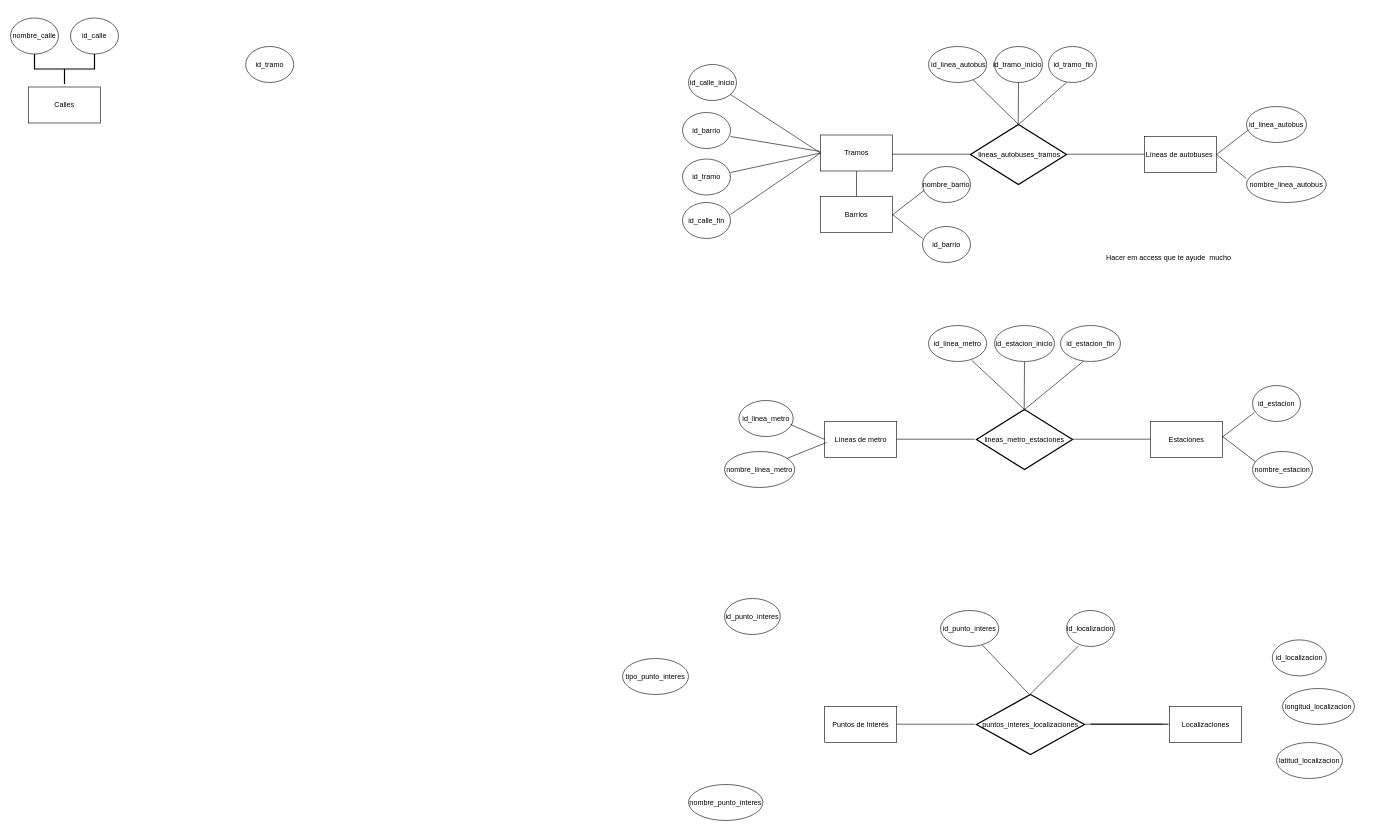
Before: Mis_archivos/Trabajo base de datos.drawio in Alexx231/python, a draw.io diagram. Source tidied: cells renumbered, new cells numbered last; positions are measured from the earlier drawing's top-left corner, leaving out a move shared by most shapes. Both pictures are drawn from the tidied source at 60%, with x=0, y=0 at pixel (10, 17).
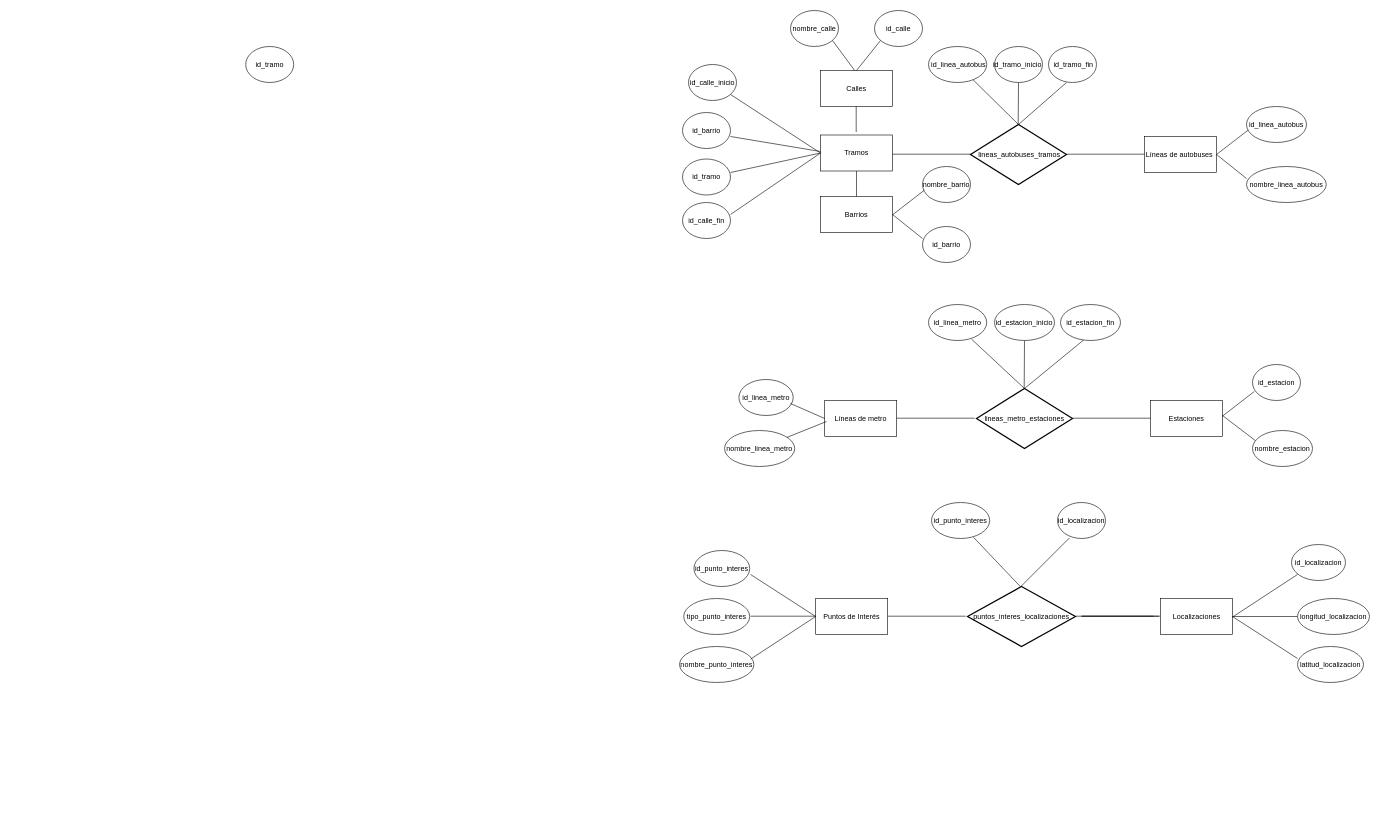
The same diagram, later.

Commit message:
Hito Base de datos diagrama de flujo.drawio

The edit, as a diff of the source:
```diff
@@
     <mxCell id="4" value="Calles" style="rounded=0;whiteSpace=wrap;html=1;" parent="1" vertex="1">
-      <mxGeometry x="30" y="115.5" width="120" height="60" as="geometry" />
+      <mxGeometry x="1350" y="88" width="120" height="60" as="geometry" />
     </mxCell>
     <mxCell id="5" value="Estaciones" style="rounded=0;whiteSpace=wrap;html=1;" parent="1" vertex="1">
-      <mxGeometry x="1900" y="673" width="120" height="60" as="geometry" />
+      <mxGeometry x="1900" y="638" width="120" height="60" as="geometry" />
     </mxCell>
     <mxCell id="6" value="Líneas de metro" style="rounded=0;whiteSpace=wrap;html=1;" parent="1" vertex="1">
-      <mxGeometry x="1357" y="673" width="120" height="60" as="geometry" />
+      <mxGeometry x="1357" y="638" width="120" height="60" as="geometry" />
     </mxCell>
     <mxCell id="7" value="Puntos de Interés" style="rounded=0;whiteSpace=wrap;html=1;" parent="1" vertex="1">
-      <mxGeometry x="1357" y="1148" width="120" height="60" as="geometry" />
+      <mxGeometry x="1342" y="968" width="120" height="60" as="geometry" />
     </mxCell>
@@
-    <mxCell id="9" style="strokeWidth=2;html=1;shape=mxgraph.flowchart.annotation_2;align=left;labelPosition=right;rotation=-90;" parent="1" vertex="1">
-      <mxGeometry x="65" y="35.5" width="50" height="100" as="geometry" />
-    </mxCell>
@@
     <mxCell id="11" value="lineas_metro_estaciones" style="strokeWidth=2;html=1;shape=mxgraph.flowchart.decision;whiteSpace=wrap;" parent="1" vertex="1">
-      <mxGeometry x="1610" y="653" width="160" height="100" as="geometry" />
+      <mxGeometry x="1610" y="618" width="160" height="100" as="geometry" />
     </mxCell>
     <mxCell id="12" value="nombre_calle" style="ellipse;whiteSpace=wrap;html=1;" parent="1" vertex="1">
-      <mxGeometry y="0.5" width="80" height="60" as="geometry" />
+      <mxGeometry x="1300" y="-12" width="80" height="60" as="geometry" />
     </mxCell>
     <mxCell id="13" value="id_calle" style="ellipse;whiteSpace=wrap;html=1;" parent="1" vertex="1">
-      <mxGeometry x="100" y="0.5" width="80" height="60" as="geometry" />
+      <mxGeometry x="1440" y="-12" width="80" height="60" as="geometry" />
     </mxCell>
@@
     <mxCell id="15" value="id_punto_interes" style="ellipse;whiteSpace=wrap;html=1;" parent="1" vertex="1">
-      <mxGeometry x="1190" y="968" width="93" height="60" as="geometry" />
+      <mxGeometry x="1139" y="888" width="93" height="60" as="geometry" />
     </mxCell>
@@
     <mxCell id="17" value="nombre_punto_interes" style="ellipse;whiteSpace=wrap;html=1;" parent="1" vertex="1">
-      <mxGeometry x="1130" y="1278" width="124" height="60" as="geometry" />
+      <mxGeometry x="1115" y="1048" width="124" height="60" as="geometry" />
     </mxCell>
     <mxCell id="18" value="nombre_linea_metro" style="ellipse;whiteSpace=wrap;html=1;" parent="1" vertex="1">
-      <mxGeometry x="1190" y="723" width="117" height="60" as="geometry" />
+      <mxGeometry x="1190" y="688" width="117" height="60" as="geometry" />
     </mxCell>
     <mxCell id="19" value="tipo_punto_interes" style="ellipse;whiteSpace=wrap;html=1;" parent="1" vertex="1">
-      <mxGeometry x="1020" y="1068" width="110" height="60" as="geometry" />
+      <mxGeometry x="1122" y="968" width="110" height="60" as="geometry" />
     </mxCell>
@@
     <mxCell id="21" value="id_linea_metro" style="ellipse;whiteSpace=wrap;html=1;" parent="1" vertex="1">
-      <mxGeometry x="1214" y="638" width="90.5" height="60" as="geometry" />
+      <mxGeometry x="1214" y="603" width="90.5" height="60" as="geometry" />
     </mxCell>
     <mxCell id="22" value="nombre_estacion" style="ellipse;whiteSpace=wrap;html=1;" parent="1" vertex="1">
-      <mxGeometry x="2070" y="723" width="100" height="60" as="geometry" />
+      <mxGeometry x="2070" y="688" width="100" height="60" as="geometry" />
     </mxCell>
     <mxCell id="23" value="id_estacion" style="ellipse;whiteSpace=wrap;html=1;" parent="1" vertex="1">
-      <mxGeometry x="2070" y="613" width="80" height="60" as="geometry" />
+      <mxGeometry x="2070" y="578" width="80" height="60" as="geometry" />
     </mxCell>
@@
     <mxCell id="28" value="Localizaciones" style="rounded=0;whiteSpace=wrap;html=1;" parent="1" vertex="1">
-      <mxGeometry x="1931.5" y="1148" width="120" height="60" as="geometry" />
+      <mxGeometry x="1916.5" y="968" width="120" height="60" as="geometry" />
     </mxCell>
@@
     <mxCell id="35" style="endArrow=none;html=1;rounded=0;entryX=0.5;entryY=1;entryDx=0;entryDy=0;" parent="1" edge="1" target="38">
       <mxGeometry relative="1" as="geometry">
-        <mxPoint x="1689.5" y="653" as="sourcePoint" />
+        <mxPoint x="1689.5" y="618" as="sourcePoint" />
       </mxGeometry>
     </mxCell>
     <mxCell id="36" style="endArrow=none;html=1;rounded=0;entryX=0.388;entryY=0.983;entryDx=0;entryDy=0;entryPerimeter=0;" parent="1" edge="1" target="39">
       <mxGeometry relative="1" as="geometry">
-        <mxPoint x="1690" y="653" as="sourcePoint" />
+        <mxPoint x="1690" y="618" as="sourcePoint" />
       </mxGeometry>
     </mxCell>
     <mxCell id="37" style="endArrow=none;html=1;rounded=0;exitX=0.742;exitY=0.967;exitDx=0;exitDy=0;exitPerimeter=0;" parent="1" edge="1" source="40">
       <mxGeometry relative="1" as="geometry">
-        <mxPoint x="1690" y="653" as="targetPoint" />
+        <mxPoint x="1690" y="618" as="targetPoint" />
       </mxGeometry>
     </mxCell>
     <mxCell id="38" value="id_estacion_inicio" style="ellipse;whiteSpace=wrap;html=1;" parent="1" vertex="1">
-      <mxGeometry x="1640" y="513" width="100" height="60" as="geometry" />
+      <mxGeometry x="1640" y="478" width="100" height="60" as="geometry" />
     </mxCell>
     <mxCell id="39" value="id_estacion_fin" style="ellipse;whiteSpace=wrap;html=1;" parent="1" vertex="1">
-      <mxGeometry x="1750" y="513" width="100" height="60" as="geometry" />
+      <mxGeometry x="1750" y="478" width="100" height="60" as="geometry" />
     </mxCell>
     <mxCell id="40" value="id_linea_metro" style="ellipse;whiteSpace=wrap;html=1;" parent="1" vertex="1">
-      <mxGeometry x="1530" y="513" width="97" height="60" as="geometry" />
+      <mxGeometry x="1530" y="478" width="97" height="60" as="geometry" />
     </mxCell>
     <mxCell id="41" value="puntos_interes_localizaciones" style="strokeWidth=2;html=1;shape=mxgraph.flowchart.decision;whiteSpace=wrap;" parent="1" vertex="1">
-      <mxGeometry x="1610" y="1128" width="180" height="100" as="geometry" />
+      <mxGeometry x="1595" y="948" width="180" height="100" as="geometry" />
     </mxCell>
     <mxCell id="42" style="endArrow=none;html=1;rounded=0;entryX=0.388;entryY=0.983;entryDx=0;entryDy=0;entryPerimeter=0;" parent="1" edge="1">
       <mxGeometry relative="1" as="geometry">
-        <mxPoint x="1699" y="1128" as="sourcePoint" />
-        <mxPoint x="1780" y="1047" as="targetPoint" />
+        <mxPoint x="1684" y="948" as="sourcePoint" />
+        <mxPoint x="1765" y="867" as="targetPoint" />
       </mxGeometry>
     </mxCell>
     <mxCell id="43" style="endArrow=none;html=1;rounded=0;exitX=0.742;exitY=0.967;exitDx=0;exitDy=0;exitPerimeter=0;" parent="1" edge="1">
       <mxGeometry relative="1" as="geometry">
-        <mxPoint x="1620" y="1046" as="sourcePoint" />
-        <mxPoint x="1698" y="1128" as="targetPoint" />
+        <mxPoint x="1605" y="866" as="sourcePoint" />
+        <mxPoint x="1683" y="948" as="targetPoint" />
       </mxGeometry>
     </mxCell>
     <mxCell id="44" value="id_punto_interes" style="ellipse;whiteSpace=wrap;html=1;" parent="1" vertex="1">
-      <mxGeometry x="1550" y="988" width="97" height="60" as="geometry" />
+      <mxGeometry x="1535" y="808" width="97" height="60" as="geometry" />
     </mxCell>
     <mxCell id="45" value="id_localizacion" style="ellipse;whiteSpace=wrap;html=1;" parent="1" vertex="1">
-      <mxGeometry x="1760" y="988" width="80" height="60" as="geometry" />
+      <mxGeometry x="1745" y="808" width="80" height="60" as="geometry" />
     </mxCell>
     <mxCell id="46" value="latitud_localizacion" style="ellipse;whiteSpace=wrap;html=1;" parent="1" vertex="1">
-      <mxGeometry x="2110" y="1208" width="110" height="60" as="geometry" />
+      <mxGeometry x="2145" y="1048" width="110" height="60" as="geometry" />
     </mxCell>
     <mxCell id="47" value="&amp;nbsp;id_localizacion&amp;nbsp;" style="ellipse;whiteSpace=wrap;html=1;" parent="1" vertex="1">
-      <mxGeometry x="2103" y="1037" width="90" height="60" as="geometry" />
+      <mxGeometry x="2135" y="878" width="90" height="60" as="geometry" />
     </mxCell>
     <mxCell id="48" value="longitud_localizacion" style="ellipse;whiteSpace=wrap;html=1;" parent="1" vertex="1">
-      <mxGeometry x="2120" y="1118" width="120" height="60" as="geometry" />
+      <mxGeometry x="2145" y="968" width="120" height="60" as="geometry" />
     </mxCell>
     <mxCell id="49" style="endArrow=none;html=1;rounded=0;entryX=0;entryY=0.5;entryDx=0;entryDy=0;" parent="1" edge="1">
       <mxGeometry relative="1" as="geometry">
-        <mxPoint x="1770" y="702.5" as="sourcePoint" />
-        <mxPoint x="1900" y="702.5" as="targetPoint" />
+        <mxPoint x="1770" y="667.5" as="sourcePoint" />
+        <mxPoint x="1900" y="667.5" as="targetPoint" />
       </mxGeometry>
     </mxCell>
@@
     <mxCell id="51" style="endArrow=none;html=1;rounded=0;entryX=0;entryY=0.5;entryDx=0;entryDy=0;" parent="1" edge="1">
       <mxGeometry relative="1" as="geometry">
-        <mxPoint x="1477" y="702.5" as="sourcePoint" />
-        <mxPoint x="1607" y="702.5" as="targetPoint" />
+        <mxPoint x="1477" y="667.5" as="sourcePoint" />
+        <mxPoint x="1607" y="667.5" as="targetPoint" />
       </mxGeometry>
     </mxCell>
@@
     <mxCell id="53" style="endArrow=none;html=1;rounded=0;entryX=0;entryY=0.5;entryDx=0;entryDy=0;" parent="1" edge="1">
       <mxGeometry relative="1" as="geometry">
-        <mxPoint x="1477" y="1177.5" as="sourcePoint" />
-        <mxPoint x="1607" y="1177.5" as="targetPoint" />
+        <mxPoint x="1462" y="997.5" as="sourcePoint" />
+        <mxPoint x="1592" y="997.5" as="targetPoint" />
       </mxGeometry>
     </mxCell>
     <mxCell id="54" style="endArrow=none;html=1;rounded=0;entryX=0;entryY=0.5;entryDx=0;entryDy=0;" parent="1" edge="1">
       <mxGeometry relative="1" as="geometry">
-        <mxPoint x="1800" y="1177.5" as="sourcePoint" />
-        <mxPoint x="1930" y="1177.5" as="targetPoint" />
+        <mxPoint x="1785" y="997.5" as="sourcePoint" />
+        <mxPoint x="1915" y="997.5" as="targetPoint" />
       </mxGeometry>
     </mxCell>
     <mxCell id="55" style="endArrow=none;html=1;rounded=0;entryX=0;entryY=0.5;entryDx=0;entryDy=0;" parent="1" edge="1">
       <mxGeometry relative="1" as="geometry">
-        <mxPoint x="1800" y="1177.5" as="sourcePoint" />
-        <mxPoint x="1930" y="1177.5" as="targetPoint" />
+        <mxPoint x="1785" y="997.5" as="sourcePoint" />
+        <mxPoint x="1915" y="997.5" as="targetPoint" />
       </mxGeometry>
     </mxCell>
     <mxCell id="56" style="endArrow=none;html=1;rounded=0;entryX=0;entryY=0.5;entryDx=0;entryDy=0;" parent="1" edge="1">
       <mxGeometry relative="1" as="geometry">
-        <mxPoint x="1790" y="1177.5" as="sourcePoint" />
-        <mxPoint x="1920" y="1177.5" as="targetPoint" />
+        <mxPoint x="1775" y="997.5" as="sourcePoint" />
+        <mxPoint x="1905" y="997.5" as="targetPoint" />
       </mxGeometry>
     </mxCell>
@@
-    <mxCell id="58" value="Hacer em access que te ayude&amp;nbsp; mucho" style="text;html=1;align=center;verticalAlign=middle;strokeColor=none;fillColor=none;" parent="1" vertex="1">
-      <mxGeometry x="1815" y="386" width="230" height="30" as="geometry" />
-    </mxCell>
@@
     <mxCell id="69" style="endArrow=none;html=1;rounded=0;entryX=0.027;entryY=0.657;entryDx=0;entryDy=0;entryPerimeter=0;" parent="1" edge="1">
       <mxGeometry relative="1" as="geometry">
-        <mxPoint x="2020" y="699" as="sourcePoint" />
-        <mxPoint x="2073" y="658" as="targetPoint" />
+        <mxPoint x="2020" y="664" as="sourcePoint" />
+        <mxPoint x="2073" y="623" as="targetPoint" />
       </mxGeometry>
     </mxCell>
     <mxCell id="70" style="endArrow=none;html=1;rounded=0;exitX=1;exitY=0.5;exitDx=0;exitDy=0;entryX=0.05;entryY=0.283;entryDx=0;entryDy=0;entryPerimeter=0;" parent="1" edge="1" target="22">
       <mxGeometry relative="1" as="geometry">
-        <mxPoint x="2020" y="698" as="sourcePoint" />
+        <mxPoint x="2020" y="663" as="sourcePoint" />
       </mxGeometry>
     </mxCell>
     <mxCell id="71" style="endArrow=none;html=1;rounded=0;" parent="1" edge="1">
       <mxGeometry relative="1" as="geometry">
-        <mxPoint x="1300" y="678" as="sourcePoint" />
-        <mxPoint x="1357" y="703" as="targetPoint" />
+        <mxPoint x="1300" y="643" as="sourcePoint" />
+        <mxPoint x="1357" y="668" as="targetPoint" />
       </mxGeometry>
     </mxCell>
     <mxCell id="72" style="endArrow=none;html=1;rounded=0;" parent="1" edge="1" source="18">
       <mxGeometry relative="1" as="geometry">
-        <mxPoint x="1360" y="708" as="targetPoint" />
+        <mxPoint x="1360" y="673" as="targetPoint" />
       </mxGeometry>
     </mxCell>
+    <mxCell id="73" style="endArrow=none;html=1;rounded=0;" parent="1" edge="1">
+      <mxGeometry relative="1" as="geometry">
+        <mxPoint x="2145" y="998" as="sourcePoint" />
+        <mxPoint x="2036.5" y="998" as="targetPoint" />
+      </mxGeometry>
+    </mxCell>
+    <mxCell id="74" style="endArrow=none;html=1;rounded=0;" parent="1" edge="1">
+      <mxGeometry relative="1" as="geometry">
+        <mxPoint x="2036.5" y="999" as="sourcePoint" />
+        <mxPoint x="2145" y="928" as="targetPoint" />
+      </mxGeometry>
+    </mxCell>
+    <mxCell id="75" style="endArrow=none;html=1;rounded=0;exitX=0.742;exitY=0.967;exitDx=0;exitDy=0;exitPerimeter=0;" parent="1" edge="1">
+      <mxGeometry relative="1" as="geometry">
+        <mxPoint x="2036.5" y="998" as="sourcePoint" />
+        <mxPoint x="2145" y="1068" as="targetPoint" />
+      </mxGeometry>
+    </mxCell>
+    <mxCell id="76" style="endArrow=none;html=1;rounded=0;exitX=0.742;exitY=0.967;exitDx=0;exitDy=0;exitPerimeter=0;" parent="1" edge="1">
+      <mxGeometry relative="1" as="geometry">
+        <mxPoint x="1233.5" y="928" as="sourcePoint" />
+        <mxPoint x="1342" y="998" as="targetPoint" />
+      </mxGeometry>
+    </mxCell>
+    <mxCell id="77" style="endArrow=none;html=1;rounded=0;" parent="1" edge="1">
+      <mxGeometry relative="1" as="geometry">
+        <mxPoint x="1342" y="997.5" as="sourcePoint" />
+        <mxPoint x="1233.5" y="997.5" as="targetPoint" />
+      </mxGeometry>
+    </mxCell>
+    <mxCell id="78" style="endArrow=none;html=1;rounded=0;" parent="1" edge="1">
+      <mxGeometry relative="1" as="geometry">
+        <mxPoint x="1233.5" y="1069" as="sourcePoint" />
+        <mxPoint x="1342" y="998" as="targetPoint" />
+      </mxGeometry>
+    </mxCell>
+    <mxCell id="79" style="endArrow=none;html=1;rounded=0;exitX=0.5;exitY=0;exitDx=0;exitDy=0;exitPerimeter=0;entryX=0.5;entryY=1;entryDx=0;entryDy=0;" parent="1" edge="1">
+      <mxGeometry relative="1" as="geometry">
+        <mxPoint x="1409.5" y="190.5" as="sourcePoint" />
+        <mxPoint x="1409.5" y="148" as="targetPoint" />
+      </mxGeometry>
+    </mxCell>
+    <mxCell id="80" style="endArrow=none;html=1;rounded=0;" parent="1" edge="1">
+      <mxGeometry relative="1" as="geometry">
+        <mxPoint x="1410" y="88" as="sourcePoint" />
+        <mxPoint x="1450" y="38" as="targetPoint" />
+      </mxGeometry>
+    </mxCell>
+    <mxCell id="81" style="endArrow=none;html=1;rounded=0;" parent="1" edge="1">
+      <mxGeometry relative="1" as="geometry">
+        <mxPoint x="1370" y="38" as="sourcePoint" />
+        <mxPoint x="1407" y="88" as="targetPoint" />
+      </mxGeometry>
+    </mxCell>
```
